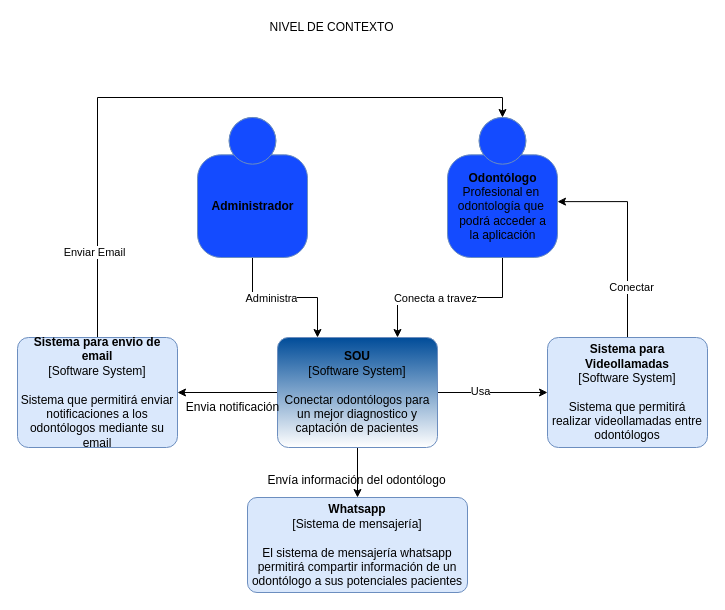
Above: Untitled Diagram.drawio in vjcajilema/C4-Odontologos (draw.io), before the change. Source tidied: cells renumbered, new cells numbered last; positions are measured from the earlier drawing's top-left corner, leaving out a move shared by most shapes. Both pictures are drawn from the tidied source at 100%, with x=0, y=0 at pixel (17, 17).
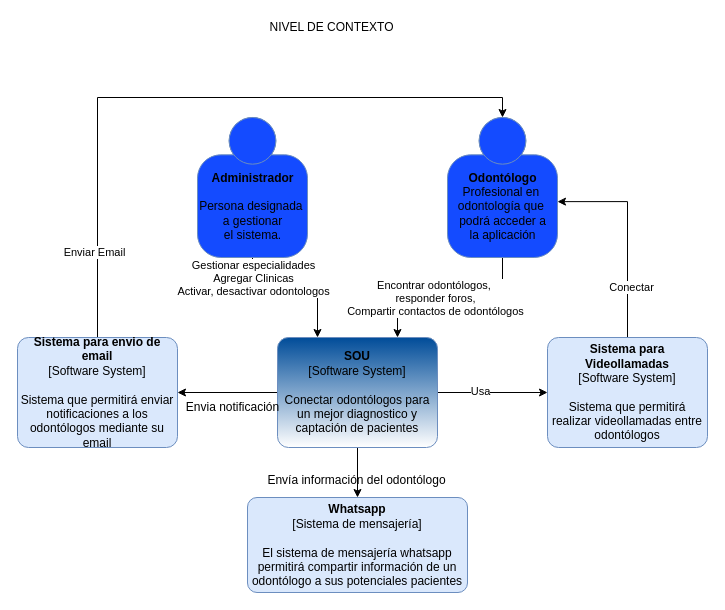
The same diagram, later.

Unchanged cells that the change refers to:
```xml
<mxCell id="2" style="edgeStyle=orthogonalEdgeStyle;rounded=0;jettySize=auto;html=1;exitX=0.5;exitY=1;exitDx=0;exitDy=0;exitPerimeter=0;entryX=0.25;entryY=0;entryDx=0;entryDy=0;entryPerimeter=0;" parent="1" edge="1" source="4" target="9">
  <mxGeometry relative="1" as="geometry" />
</mxCell>
<mxCell id="10" style="edgeStyle=orthogonalEdgeStyle;rounded=0;jettySize=auto;html=1;exitX=0.5;exitY=1;exitDx=0;exitDy=0;exitPerimeter=0;entryX=0.75;entryY=0;entryDx=0;entryDy=0;entryPerimeter=0;" parent="1" edge="1" source="12" target="9">
  <mxGeometry relative="1" as="geometry" />
</mxCell>
```

Diff of the diagram source:
```diff
@@
-    <mxCell id="3" value="Administra" style="edgeLabel;html=1;align=center;verticalAlign=middle;" parent="2" vertex="1">
+    <mxCell id="3" value="Gestionar especialidades&lt;br&gt;Agregar Clinicas&lt;br&gt;Activar, desactivar odontologos" style="edgeLabel;html=1;align=center;verticalAlign=middle;" parent="2" vertex="1">
       <mxGeometry x="-0.45" y="18" relative="1" as="geometry">
-        <mxPoint x="18" y="18" as="offset" />
+        <mxPoint y="-2" as="offset" />
       </mxGeometry>
     </mxCell>
-    <mxCell id="4" value="&lt;b&gt;Administrador&lt;/b&gt;" style="html=1;dashed=0;whitespace=wrap;fillColor=#144BFF;strokeColor=#6C8EBF;shape=mxgraph.c4.person;align=center;points=[[0.5,0,0],[1,0.5,0],[1,0.75,0],[0.75,1,0],[0.5,1,0],[0.25,1,0],[0,0.75,0],[0,0.5,0]];" parent="1" vertex="1">
+    <mxCell id="4" value="&lt;b&gt;Administrador&lt;br&gt;&lt;/b&gt;&lt;br&gt;Persona designada&amp;nbsp;&lt;br&gt;a gestionar&lt;br&gt;el sistema." style="html=1;dashed=0;whitespace=wrap;fillColor=#144BFF;strokeColor=#6C8EBF;shape=mxgraph.c4.person;align=center;points=[[0.5,0,0],[1,0.5,0],[1,0.75,0],[0.75,1,0],[0.5,1,0],[0.25,1,0],[0,0.75,0],[0,0.5,0]];" parent="1" vertex="1">
       <mxGeometry x="180" y="100" width="110" height="140" as="geometry" />
     </mxCell>
@@
-    <mxCell id="11" value="Conecta a travez" style="edgeLabel;html=1;align=center;verticalAlign=middle;" parent="10" vertex="1">
+    <mxCell id="11" value="Encontrar odontólogos,&amp;nbsp;&lt;br&gt;responder foros,&lt;br&gt;Compartir contactos de odontólogos" style="edgeLabel;html=1;align=center;verticalAlign=middle;" parent="10" vertex="1">
       <mxGeometry x="0.18" relative="1" as="geometry">
         <mxPoint x="1" as="offset" />
       </mxGeometry>
     </mxCell>
```
